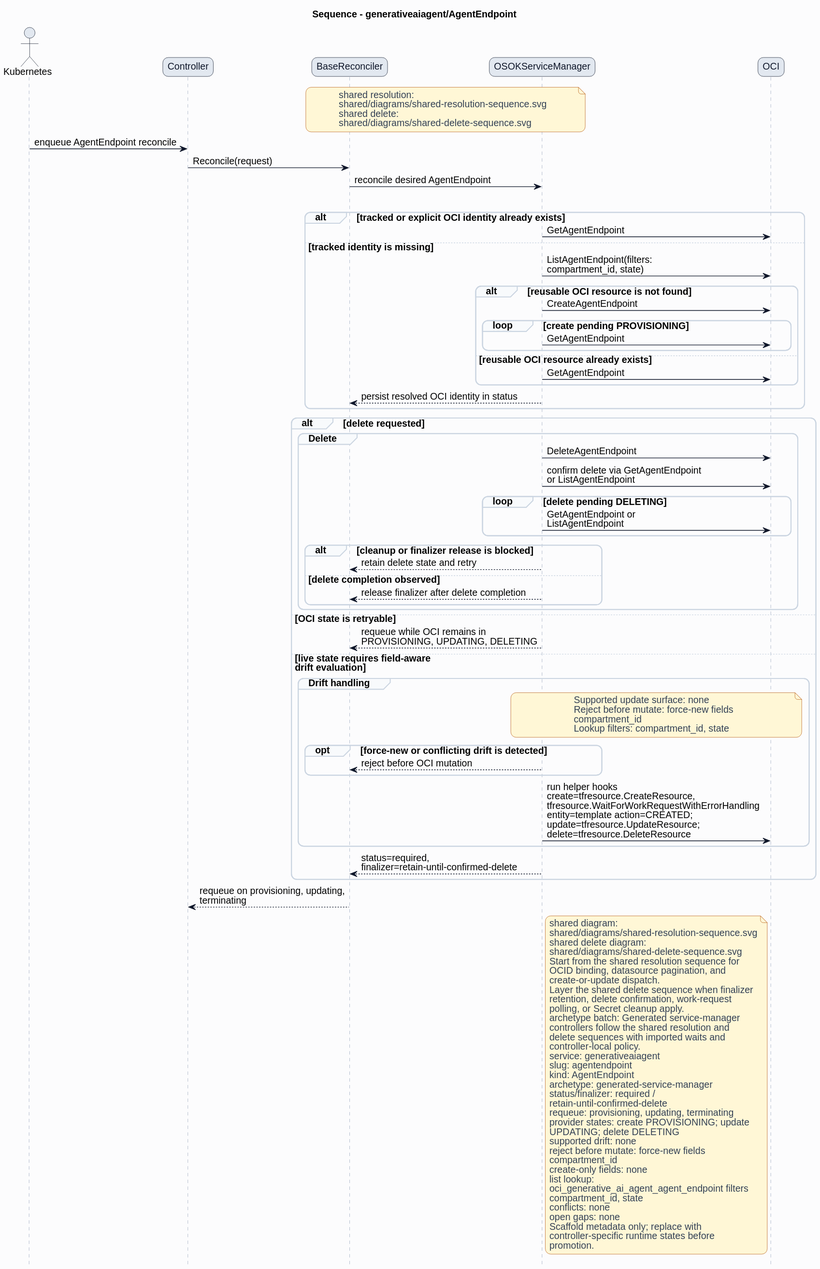
Above: formal/controllers/generativeaiagent/agentendpoint/diagrams/sequence.svg in HaoyL666/oci-service-operator (PlantUML), before the change.
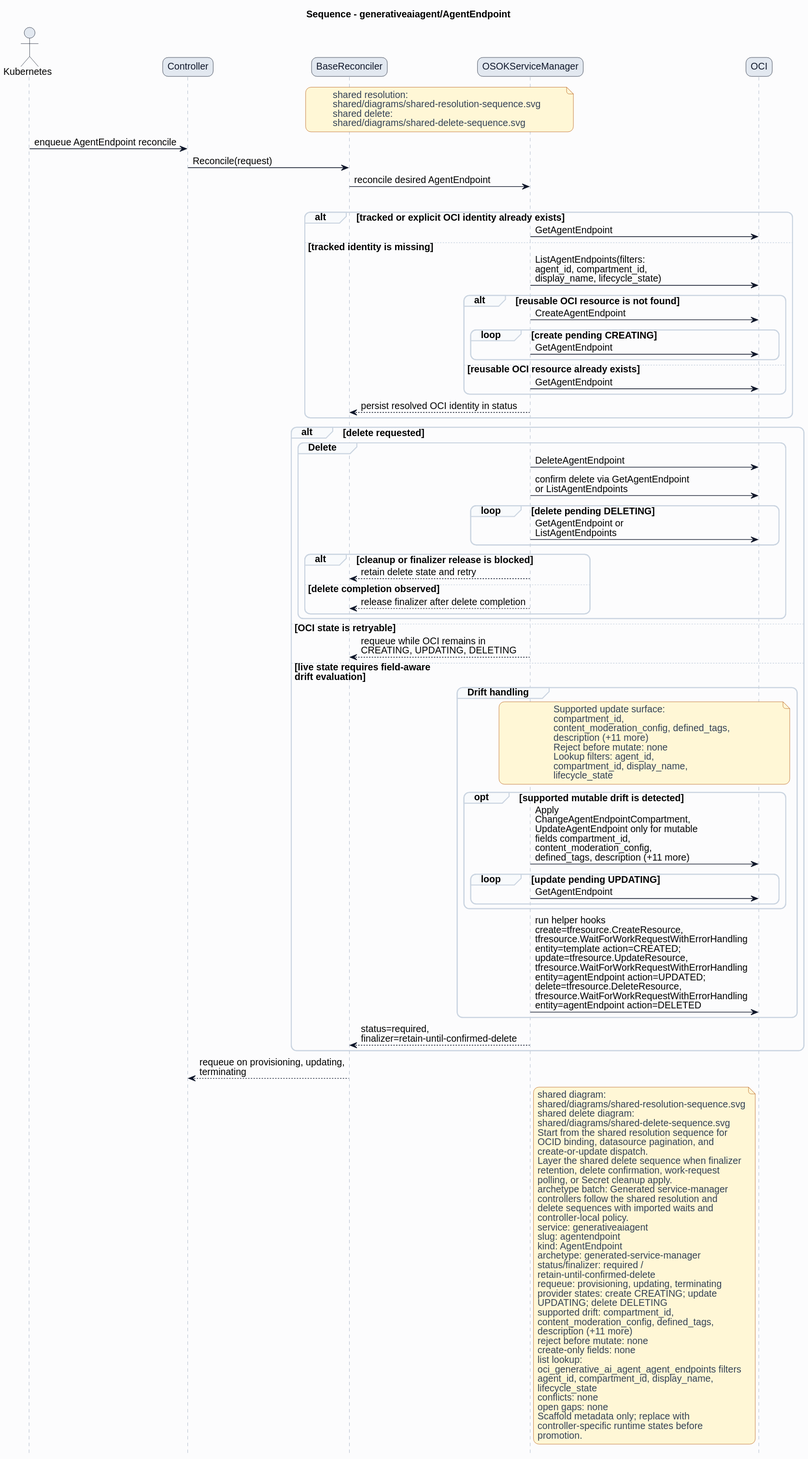
Above is the later version.

Commit message:
US-171: implement AgentEndpoint runtime

What changed in the source:
```diff
@@ -38,10 +38,10 @@
 alt tracked or explicit OCI identity already exists
 ServiceManager -> OCI: GetAgentEndpoint
 else tracked identity is missing
-ServiceManager -> OCI: ListAgentEndpoint(filters:\ncompartment_id, state)
+ServiceManager -> OCI: ListAgentEndpoints(filters:\nagent_id, compartment_id,\ndisplay_name, lifecycle_state)
 alt reusable OCI resource is not found
 ServiceManager -> OCI: CreateAgentEndpoint
-loop create pending PROVISIONING
+loop create pending CREATING
 ServiceManager -> OCI: GetAgentEndpoint
 end
 else reusable OCI resource already exists
@@ -52,9 +52,9 @@
 alt delete requested
 group Delete
 ServiceManager -> OCI: DeleteAgentEndpoint
-ServiceManager -> OCI: confirm delete via GetAgentEndpoint\nor ListAgentEndpoint
+ServiceManager -> OCI: confirm delete via GetAgentEndpoint\nor ListAgentEndpoints
 loop delete pending DELETING
-ServiceManager -> OCI: GetAgentEndpoint or\nListAgentEndpoint
+ServiceManager -> OCI: GetAgentEndpoint or\nListAgentEndpoints
 end
 alt cleanup or finalizer release is blocked
 ServiceManager --> BaseReconciler: retain delete state and retry
@@ -63,19 +63,26 @@
 end
 end
 else OCI state is retryable
-ServiceManager --> BaseReconciler: requeue while OCI remains in\nPROVISIONING, UPDATING, DELETING
+ServiceManager --> BaseReconciler: requeue while OCI remains in\nCREATING, UPDATING, DELETING
 else live state requires field-aware\ndrift evaluation
 group Drift handling
 note over ServiceManager,OCI
-Supported update surface: none
-Reject before mutate: force-new fields
-compartment_id
-Lookup filters: compartment_id, state
+Supported update surface:
+compartment_id,
+content_moderation_config, defined_tags,
+description (+11 more)
+Reject before mutate: none
+Lookup filters: agent_id,
+compartment_id, display_name,
+lifecycle_state
 end note
-opt force-new or conflicting drift is detected
-ServiceManager --> BaseReconciler: reject before OCI mutation
+opt supported mutable drift is detected
+ServiceManager -> OCI: Apply\nChangeAgentEndpointCompartment,\nUpdateAgentEndpoint only for mutable\nfields compartment_id,\ncontent_moderation_config,\ndefined_tags, description (+11 more)
+loop update pending UPDATING
+ServiceManager -> OCI: GetAgentEndpoint
 end
-ServiceManager -> OCI: run helper hooks\ncreate=tfresource.CreateResource,\ntfresource.WaitForWorkRequestWithErrorHandling\nentity=template action=CREATED;\nupdate=tfresource.UpdateResource;\ndelete=tfresource.DeleteResource
+end
+ServiceManager -> OCI: run helper hooks\ncreate=tfresource.CreateResource,\ntfresource.WaitForWorkRequestWithErrorHandling\nentity=template action=CREATED;\nupdate=tfresource.UpdateResource,\ntfresource.WaitForWorkRequestWithErrorHandling\nentity=agentEndpoint action=UPDATED;\ndelete=tfresource.DeleteResource,\ntfresource.WaitForWorkRequestWithErrorHandling\nentity=agentEndpoint action=DELETED
 end
 ServiceManager --> BaseReconciler: status=required,\nfinalizer=retain-until-confirmed-delete
 end
@@ -102,15 +109,17 @@
 status/finalizer: required /
 retain-until-confirmed-delete
 requeue: provisioning, updating, terminating
-provider states: create PROVISIONING; update
+provider states: create CREATING; update
 UPDATING; delete DELETING
-supported drift: none
-reject before mutate: force-new fields
-compartment_id
+supported drift: compartment_id,
+content_moderation_config, defined_tags,
+description (+11 more)
+reject before mutate: none
 create-only fields: none
 list lookup:
-oci_generative_ai_agent_agent_endpoint filters
-compartment_id, state
+oci_generative_ai_agent_agent_endpoints filters
+agent_id, compartment_id, display_name,
+lifecycle_state
 conflicts: none
 open gaps: none
 Scaffold metadata only; replace with
```
